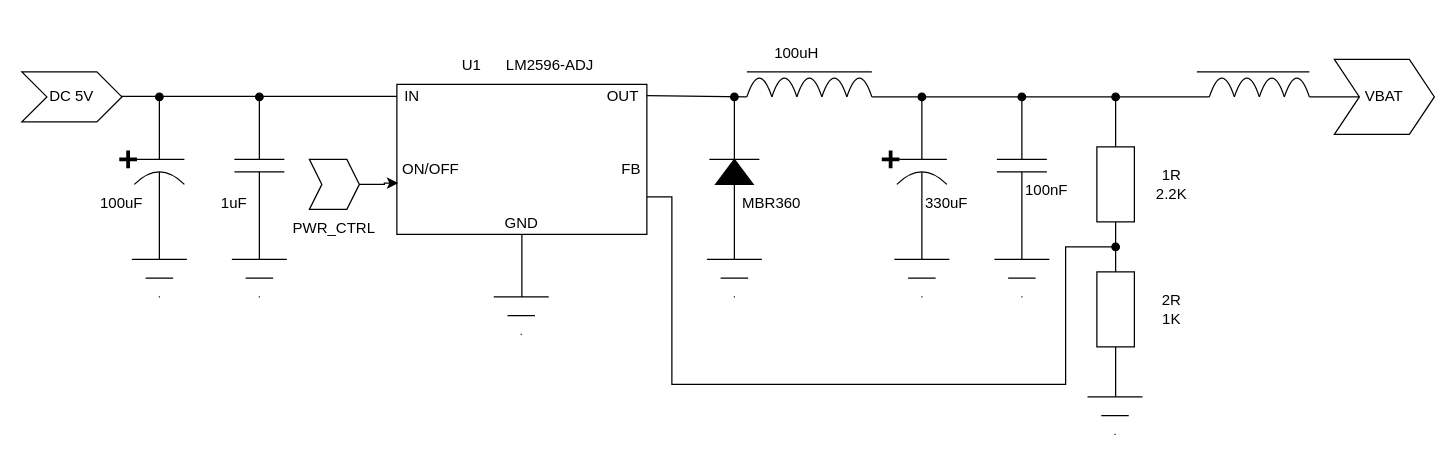
The draw.io diagram BUCK DC-DC 5v-4.1V.drawio in DanielDimitrov123/Smart-Domophone, before the edit. Source tidied: cells renumbered, new cells numbered last; positions are measured from the earlier drawing's top-left corner, leaving out a move shared by most shapes. Both pictures are drawn from the tidied source at 125%, with x=0, y=0 at pixel (21, 34).
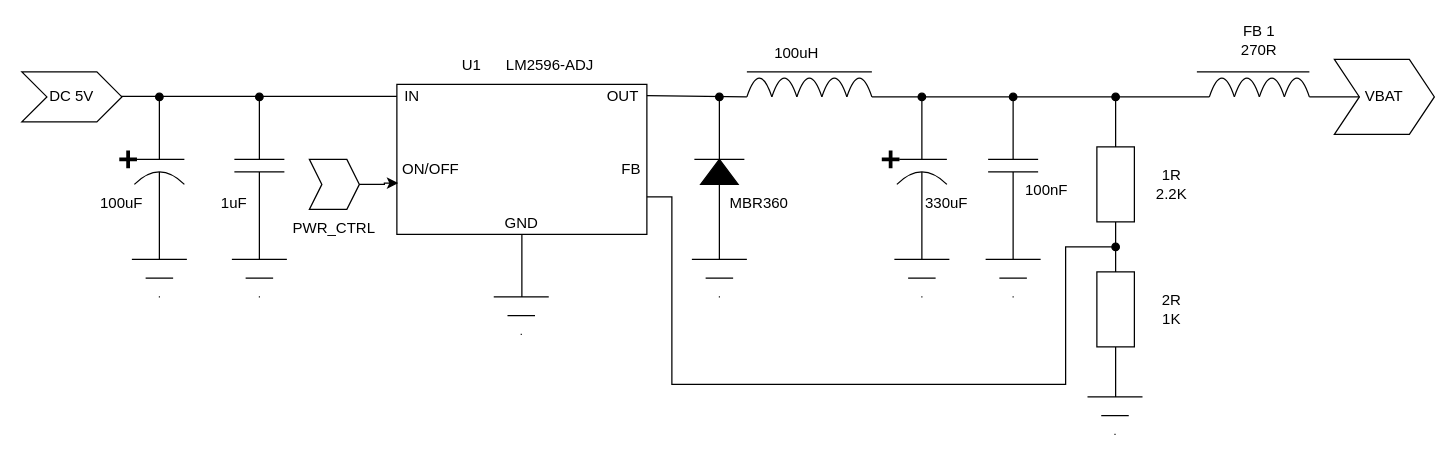
After the change.

Change to the diagram source:
```diff
@@
     <mxCell id="28" style="endArrow=oval;html=1;rounded=0;endFill=1;" parent="1" edge="1">
       <mxGeometry relative="1" as="geometry">
-        <mxPoint x="800" y="100" as="sourcePoint" />
-        <mxPoint x="800" y="50" as="targetPoint" />
+        <mxPoint x="793" y="100" as="sourcePoint" />
+        <mxPoint x="793" y="50" as="targetPoint" />
       </mxGeometry>
     </mxCell>
     <mxCell id="29" style="endArrow=none;html=1;rounded=0;" parent="1" edge="1">
       <mxGeometry relative="1" as="geometry">
-        <mxPoint x="820" y="100" as="sourcePoint" />
-        <mxPoint x="780" y="100" as="targetPoint" />
+        <mxPoint x="813" y="100" as="sourcePoint" />
+        <mxPoint x="773" y="100" as="targetPoint" />
       </mxGeometry>
     </mxCell>
     <mxCell id="30" style="endArrow=none;html=1;rounded=0;" parent="1" edge="1">
       <mxGeometry relative="1" as="geometry">
-        <mxPoint x="780" y="110" as="sourcePoint" />
-        <mxPoint x="820" y="110" as="targetPoint" />
+        <mxPoint x="773" y="110" as="sourcePoint" />
+        <mxPoint x="813" y="110" as="targetPoint" />
       </mxGeometry>
     </mxCell>
@@
     <mxCell id="34" style="endArrow=none;html=1;rounded=0;" parent="1" edge="1">
       <mxGeometry relative="1" as="geometry">
-        <mxPoint x="800" y="180" as="sourcePoint" />
-        <mxPoint x="800" y="110" as="targetPoint" />
+        <mxPoint x="793" y="180" as="sourcePoint" />
+        <mxPoint x="793" y="110" as="targetPoint" />
       </mxGeometry>
     </mxCell>
@@
     <mxCell id="36" style="shape=mxgraph.arrows2.wedgeArrowDashed2;html=1;startWidth=22;stepSize=15;rounded=0;" parent="1" edge="1">
       <mxGeometry relative="1" as="geometry">
-        <mxPoint x="800" y="180" as="sourcePoint" />
-        <mxPoint x="800" y="210" as="targetPoint" />
+        <mxPoint x="793" y="180" as="sourcePoint" />
+        <mxPoint x="793" y="210" as="targetPoint" />
       </mxGeometry>
     </mxCell>
@@
     <mxCell id="50" style="shape=mxgraph.arrows2.wedgeArrowDashed2;html=1;startWidth=22;stepSize=15;rounded=0;" parent="1" edge="1">
       <mxGeometry relative="1" as="geometry">
-        <mxPoint x="570" y="180" as="sourcePoint" />
-        <mxPoint x="570" y="210" as="targetPoint" />
+        <mxPoint x="558" y="180" as="sourcePoint" />
+        <mxPoint x="558" y="210" as="targetPoint" />
       </mxGeometry>
     </mxCell>
     <mxCell id="51" style="shape=mxgraph.arrows2.wedgeArrow;html=1;startWidth=15;fillColor=strokeColor;defaultFillColor=invert;defaultGradientColor=invert;rounded=0;" parent="1" edge="1">
       <mxGeometry relative="1" as="geometry">
-        <mxPoint x="570" y="120" as="sourcePoint" />
-        <mxPoint x="570" y="100" as="targetPoint" />
+        <mxPoint x="558" y="120" as="sourcePoint" />
+        <mxPoint x="558" y="100" as="targetPoint" />
       </mxGeometry>
     </mxCell>
     <mxCell id="52" style="endArrow=none;html=1;rounded=0;" parent="1" edge="1">
       <mxGeometry relative="1" as="geometry">
-        <mxPoint x="550" y="100" as="sourcePoint" />
-        <mxPoint x="590" y="100" as="targetPoint" />
+        <mxPoint x="538" y="100" as="sourcePoint" />
+        <mxPoint x="578" y="100" as="targetPoint" />
       </mxGeometry>
     </mxCell>
     <mxCell id="53" style="endArrow=none;html=1;rounded=0;" parent="1" edge="1">
       <mxGeometry relative="1" as="geometry">
-        <mxPoint x="570" y="180" as="sourcePoint" />
-        <mxPoint x="570" y="120" as="targetPoint" />
+        <mxPoint x="558" y="180" as="sourcePoint" />
+        <mxPoint x="558" y="120" as="targetPoint" />
       </mxGeometry>
     </mxCell>
     <mxCell id="54" style="endArrow=oval;html=1;rounded=0;endFill=1;" parent="1" edge="1">
       <mxGeometry relative="1" as="geometry">
-        <mxPoint x="570" y="100" as="sourcePoint" />
-        <mxPoint x="570" y="50" as="targetPoint" />
+        <mxPoint x="558" y="100" as="sourcePoint" />
+        <mxPoint x="558" y="50" as="targetPoint" />
       </mxGeometry>
     </mxCell>
@@
     <mxCell id="65" value="MBR360" style="text;html=1;align=center;verticalAlign=middle;whiteSpace=wrap;rounded=0;" parent="1" vertex="1">
-      <mxGeometry x="570" y="120" width="60" height="30" as="geometry" />
+      <mxGeometry x="560" y="120" width="60" height="30" as="geometry" />
     </mxCell>
@@
+    <mxCell id="70" value="FB 1&lt;div&gt;270R&lt;/div&gt;" style="text;html=1;align=center;verticalAlign=middle;whiteSpace=wrap;rounded=0;" parent="1" vertex="1">
+      <mxGeometry x="960" y="-10" width="60" height="30" as="geometry" />
+    </mxCell>
```
